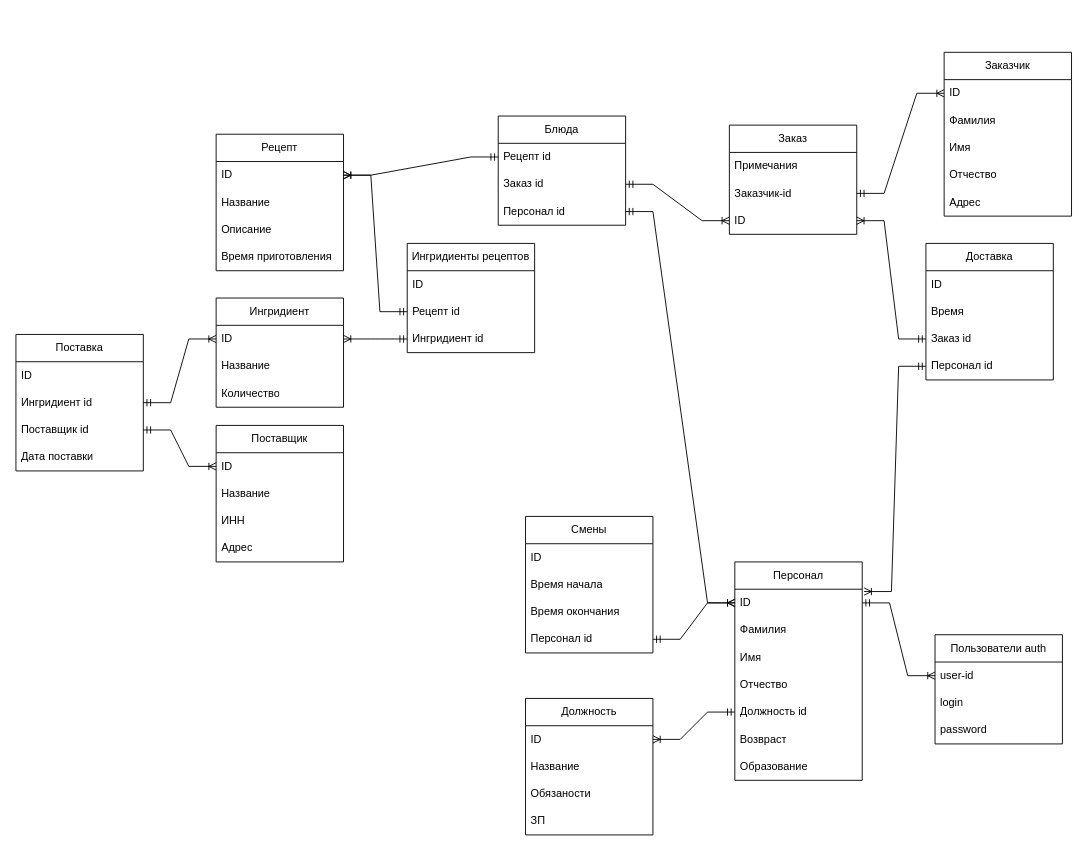
Above: Диаграмма без названия.drawio in ColdenI/DemoRestaurant (draw.io), before the change. Source tidied: cells renumbered, new cells numbered last; positions are measured from the earlier drawing's top-left corner, leaving out a move shared by most shapes. Both pictures are drawn from the tidied source at 91%, with x=0, y=0 at pixel (15, 52).
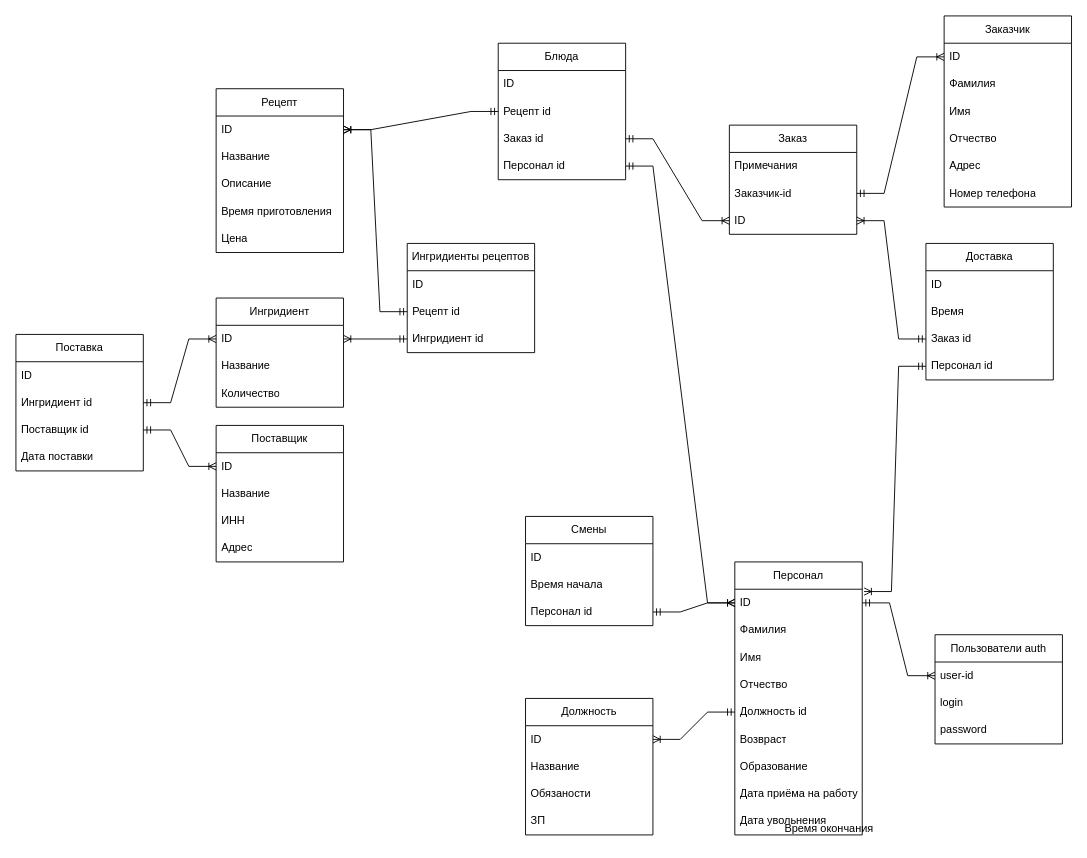
The same diagram, later.

Unchanged cells that the change refers to:
```xml
<mxCell id="44" style="group;" parent="1" vertex="1">
  <mxGeometry x="560" y="510" width="570" height="350" as="geometry" />
</mxCell>
```

What changed in the source:
```diff
@@
     <mxCell id="11" value="Рецепт" style="swimlane;fontStyle=0;horizontal=1;startSize=30;whiteSpace=wrap;html=1;" parent="1" vertex="1">
-      <mxGeometry x="220" y="90" width="140" height="150" as="geometry" />
+      <mxGeometry x="220" y="40" width="140" height="180" as="geometry" />
     </mxCell>
@@
+    <mxCell id="80" value="Цена" style="text;strokeColor=none;fillColor=none;align=left;verticalAlign=middle;spacingLeft=4;spacingRight=4;overflow=hidden;whiteSpace=wrap;html=1;" parent="11" vertex="1">
+      <mxGeometry y="150" width="140" height="30" as="geometry" />
+    </mxCell>
@@
     <mxCell id="25" value="Заказчик" style="swimlane;fontStyle=0;horizontal=1;startSize=30;whiteSpace=wrap;html=1;" parent="1" vertex="1">
-      <mxGeometry x="1020" width="140" height="180" as="geometry" />
+      <mxGeometry x="1020" y="-40" width="140" height="210" as="geometry" />
     </mxCell>
@@
+    <mxCell id="81" value="Номер телефона" style="text;strokeColor=none;fillColor=none;align=left;verticalAlign=middle;spacingLeft=4;spacingRight=4;overflow=hidden;whiteSpace=wrap;html=1;" parent="25" vertex="1">
+      <mxGeometry y="180" width="140" height="30" as="geometry" />
+    </mxCell>
     <mxCell id="31" value="Блюда" style="swimlane;fontStyle=0;horizontal=1;startSize=30;whiteSpace=wrap;html=1;" parent="1" vertex="1">
-      <mxGeometry x="530" y="70" width="140" height="120" as="geometry" />
+      <mxGeometry x="530" y="-10" width="140" height="150" as="geometry" />
     </mxCell>
+    <mxCell id="82" value="ID" style="text;strokeColor=none;fillColor=none;align=left;verticalAlign=middle;spacingLeft=4;spacingRight=4;overflow=hidden;whiteSpace=wrap;html=1;" parent="31" vertex="1">
+      <mxGeometry y="30" width="140" height="30" as="geometry" />
+    </mxCell>
     <mxCell id="32" value="Рецепт id" style="text;strokeColor=none;fillColor=none;align=left;verticalAlign=middle;spacingLeft=4;spacingRight=4;overflow=hidden;points=[[0,0.5],[1,0.5]];portConstraint=eastwest;whiteSpace=wrap;html=1;" parent="31" vertex="1">
-      <mxGeometry y="30" width="140" height="30" as="geometry" />
+      <mxGeometry y="60" width="140" height="30" as="geometry" />
     </mxCell>
     <mxCell id="33" value="Заказ id" style="text;strokeColor=none;fillColor=none;align=left;verticalAlign=middle;spacingLeft=4;spacingRight=4;overflow=hidden;points=[[0,0.5],[1,0.5]];portConstraint=eastwest;whiteSpace=wrap;html=1;" parent="31" vertex="1">
-      <mxGeometry y="60" width="140" height="30" as="geometry" />
+      <mxGeometry y="90" width="140" height="30" as="geometry" />
     </mxCell>
     <mxCell id="34" value="Персонал id" style="text;strokeColor=none;fillColor=none;align=left;verticalAlign=middle;spacingLeft=4;spacingRight=4;overflow=hidden;points=[[0,0.5],[1,0.5]];portConstraint=eastwest;whiteSpace=wrap;html=1;" parent="31" vertex="1">
-      <mxGeometry y="90" width="140" height="30" as="geometry" />
+      <mxGeometry y="120" width="140" height="30" as="geometry" />
     </mxCell>
@@
     <mxCell id="45" value="Персонал" style="swimlane;fontStyle=0;horizontal=1;startSize=30;whiteSpace=wrap;html=1;" parent="44" vertex="1">
-      <mxGeometry x="230" y="50" width="140" height="240" as="geometry" />
+      <mxGeometry x="230" y="50" width="140" height="300" as="geometry" />
     </mxCell>
@@
+    <mxCell id="83" value="Дата приёма на работу" style="text;strokeColor=none;fillColor=none;align=left;verticalAlign=middle;spacingLeft=4;spacingRight=4;overflow=hidden;whiteSpace=wrap;html=1;" parent="45" vertex="1">
+      <mxGeometry y="240" width="140" height="30" as="geometry" />
+    </mxCell>
+    <mxCell id="84" value="Дата увольнения" style="text;strokeColor=none;fillColor=none;align=left;verticalAlign=middle;spacingLeft=4;spacingRight=4;overflow=hidden;whiteSpace=wrap;html=1;" parent="45" vertex="1">
+      <mxGeometry y="270" width="140" height="30" as="geometry" />
+    </mxCell>
@@
     <mxCell id="58" value="Смены" style="swimlane;fontStyle=0;horizontal=1;startSize=30;whiteSpace=wrap;html=1;" parent="44" vertex="1">
-      <mxGeometry width="140" height="150" as="geometry" />
+      <mxGeometry width="140" height="120" as="geometry" />
     </mxCell>
@@
-    <mxCell id="61" value="Время окончания" style="text;strokeColor=none;fillColor=none;align=left;verticalAlign=middle;spacingLeft=4;spacingRight=4;overflow=hidden;whiteSpace=wrap;html=1;" parent="58" vertex="1">
-      <mxGeometry y="90" width="140" height="30" as="geometry" />
-    </mxCell>
     <mxCell id="62" value="Персонал id" style="text;strokeColor=none;fillColor=none;align=left;verticalAlign=middle;spacingLeft=4;spacingRight=4;overflow=hidden;points=[[0,0.5],[1,0.5]];portConstraint=eastwest;whiteSpace=wrap;html=1;" parent="58" vertex="1">
-      <mxGeometry y="120" width="140" height="30" as="geometry" />
+      <mxGeometry y="90" width="140" height="30" as="geometry" />
     </mxCell>
@@
+    <mxCell id="61" value="Время окончания" style="text;strokeColor=none;fillColor=none;align=left;verticalAlign=middle;spacingLeft=4;spacingRight=4;overflow=hidden;whiteSpace=wrap;html=1;" parent="1" vertex="1">
+      <mxGeometry x="839.4" y="838.4" width="140" height="30" as="geometry" />
+    </mxCell>
```
